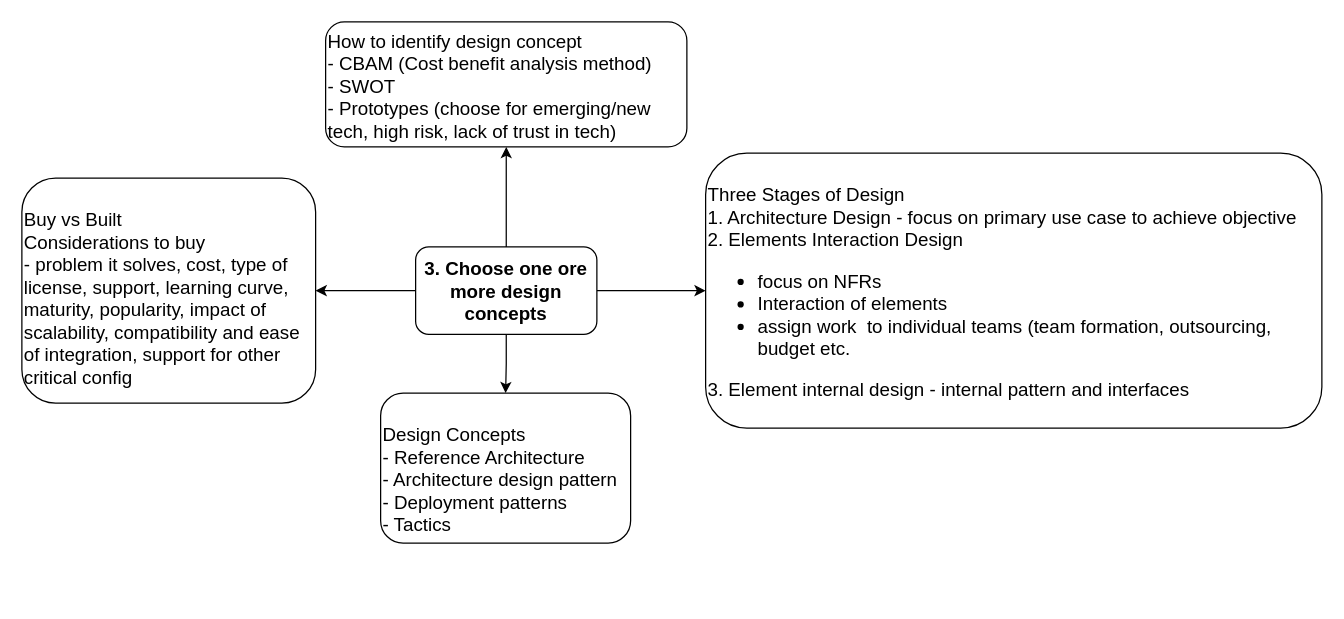
Before: page "3.DesignConcepts" (4 of 6) of SolutionArchitectureProcess.drawio in Gaur4vGaur/probable-octo, a draw.io diagram. Source tidied: cells renumbered, new cells numbered last; positions are measured from the earlier drawing's top-left corner, leaving out a move shared by most shapes. Both pictures are drawn from the tidied source at 125%, with x=0, y=0 at pixel (21, 21).
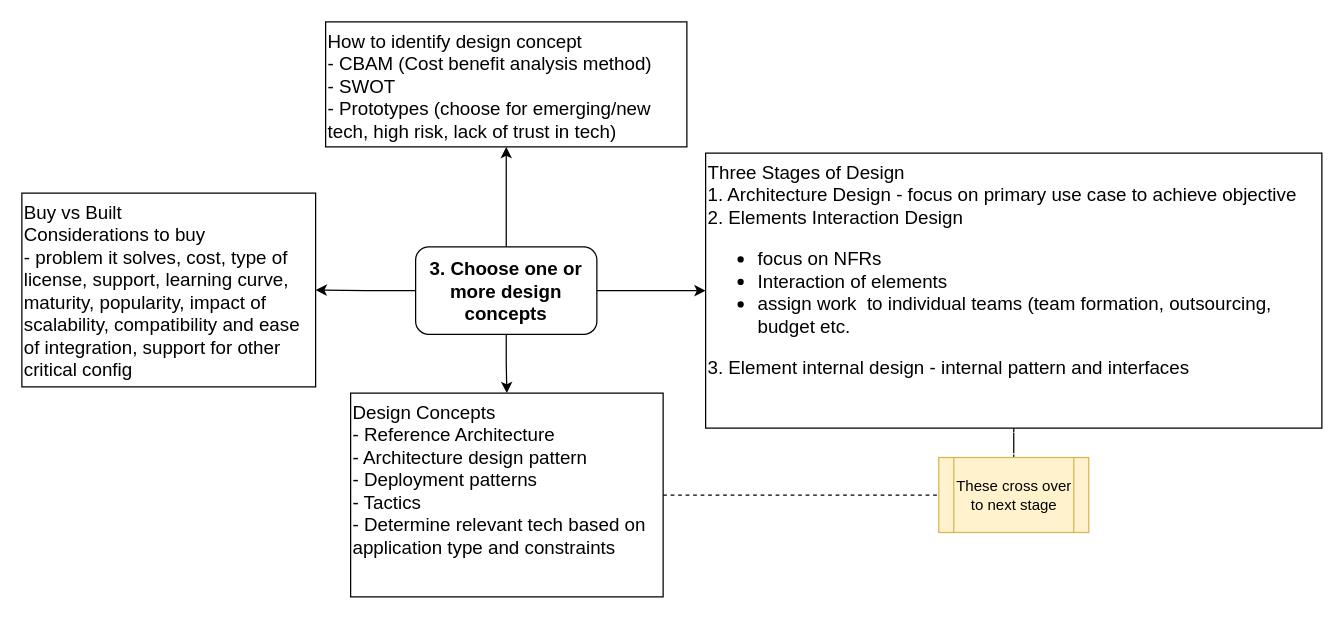
The same page after the edit.

Diff of the diagram source:
```diff
@@
 <mxGraphModel>
   <root>
     <mxCell id="0" />
     <mxCell id="1" parent="0" />
     <mxCell id="2" style="edgeStyle=orthogonalEdgeStyle;rounded=0;jettySize=auto;html=1;fontFamily=Helvetica;fontSize=15;fontColor=default;" parent="1" edge="1" source="6" target="7">
       <mxGeometry relative="1" as="geometry" />
     </mxCell>
     <mxCell id="3" style="edgeStyle=orthogonalEdgeStyle;rounded=0;jettySize=auto;html=1;fontFamily=Helvetica;fontSize=15;fontColor=default;" parent="1" edge="1" source="6" target="8">
       <mxGeometry relative="1" as="geometry" />
     </mxCell>
     <mxCell id="4" style="edgeStyle=orthogonalEdgeStyle;rounded=0;jettySize=auto;html=1;fontFamily=Helvetica;fontSize=15;fontColor=default;" parent="1" edge="1" source="6" target="9">
       <mxGeometry relative="1" as="geometry" />
     </mxCell>
     <mxCell id="5" style="edgeStyle=orthogonalEdgeStyle;rounded=0;jettySize=auto;html=1;entryX=0.5;entryY=0;entryDx=0;entryDy=0;" parent="1" edge="1" source="6" target="10">
       <mxGeometry relative="1" as="geometry" />
     </mxCell>
-    <mxCell id="6" value="3. Choose one ore more design concepts" style="rounded=1;whiteSpace=wrap;html=1;fontSize=15;fontStyle=1;" parent="1" vertex="1">
+    <mxCell id="6" value="3. Choose one or more design concepts" style="rounded=1;whiteSpace=wrap;html=1;fontSize=15;fontStyle=1;" parent="1" vertex="1">
       <mxGeometry x="315" y="180" width="145" height="70" as="geometry" />
     </mxCell>
-    <mxCell id="7" value="&lt;span style=&quot;font-weight: normal;&quot;&gt;&lt;br&gt;Buy vs Built&lt;br&gt;Considerations to buy&lt;br&gt;- problem it solves, cost, type of license, support, learning curve, maturity, popularity, impact of scalability, compatibility and ease of integration, support for other critical config&lt;br&gt;&lt;/span&gt;" style="whiteSpace=wrap;html=1;fontSize=15;rounded=1;fontStyle=1;align=left;verticalAlign=top;" parent="1" vertex="1">
-      <mxGeometry y="125" width="235" height="180" as="geometry" />
+    <mxCell id="7" value="&lt;span style=&quot;font-weight: normal;&quot;&gt;Buy vs Built&lt;br&gt;Considerations to buy&lt;br&gt;- problem it solves, cost, type of license, support, learning curve, maturity, popularity, impact of scalability, compatibility and ease of integration, support for other critical config&lt;br&gt;&lt;/span&gt;" style="whiteSpace=wrap;html=1;fontSize=15;rounded=0;fontStyle=1;align=left;verticalAlign=top;" parent="1" vertex="1">
+      <mxGeometry y="137" width="235" height="155" as="geometry" />
     </mxCell>
-    <mxCell id="8" value="How to identify design concept&lt;br&gt;- CBAM (Cost benefit analysis method)&lt;br&gt;- SWOT&lt;br&gt;- Prototypes (choose for emerging/new tech, high risk, lack of trust in tech)" style="whiteSpace=wrap;html=1;fontSize=15;rounded=1;fontStyle=0;align=left;verticalAlign=top;" parent="1" vertex="1">
+    <mxCell id="8" value="How to identify design concept&lt;br&gt;- CBAM (Cost benefit analysis method)&lt;br&gt;- SWOT&lt;br&gt;- Prototypes (choose for emerging/new tech, high risk, lack of trust in tech)" style="whiteSpace=wrap;html=1;fontSize=15;rounded=0;fontStyle=0;align=left;verticalAlign=top;" parent="1" vertex="1">
       <mxGeometry x="243" width="289" height="100" as="geometry" />
     </mxCell>
+    <mxCell id="11" style="edgeStyle=orthogonalEdgeStyle;rounded=0;jettySize=auto;html=1;entryX=0.5;entryY=0;entryDx=0;entryDy=0;endArrow=none;endFill=0;dashed=1;" parent="1" edge="1" source="9" target="13">
+      <mxGeometry relative="1" as="geometry" />
+    </mxCell>
-    <mxCell id="9" value="&lt;span style=&quot;font-weight: normal;&quot;&gt;&lt;br&gt;Three Stages of Design&lt;br&gt;1. Architecture Design - focus on primary use case to achieve objective&lt;br&gt;2. Elements Interaction Design&lt;br&gt;&lt;ul&gt;&lt;li&gt;&lt;span style=&quot;font-weight: normal;&quot;&gt;focus on NFRs&lt;/span&gt;&lt;/li&gt;&lt;li&gt;&lt;span style=&quot;font-weight: normal;&quot;&gt;Interaction of elements&lt;/span&gt;&lt;/li&gt;&lt;li&gt;&lt;span style=&quot;font-weight: normal;&quot;&gt;assign work&amp;nbsp; to individual teams (team formation, outsourcing, budget etc.&lt;/span&gt;&lt;/li&gt;&lt;/ul&gt;&lt;div&gt;3. Element internal design - internal pattern and interfaces&lt;/div&gt;&lt;/span&gt;" style="whiteSpace=wrap;html=1;fontSize=15;rounded=1;fontStyle=1;align=left;verticalAlign=top;" parent="1" vertex="1">
+    <mxCell id="9" value="&lt;span style=&quot;font-weight: normal;&quot;&gt;Three Stages of Design&lt;br&gt;1. Architecture Design - focus on primary use case to achieve objective&lt;br&gt;2. Elements Interaction Design&lt;br&gt;&lt;ul&gt;&lt;li&gt;&lt;span style=&quot;font-weight: normal;&quot;&gt;focus on NFRs&lt;/span&gt;&lt;/li&gt;&lt;li&gt;&lt;span style=&quot;font-weight: normal;&quot;&gt;Interaction of elements&lt;/span&gt;&lt;/li&gt;&lt;li&gt;&lt;span style=&quot;font-weight: normal;&quot;&gt;assign work&amp;nbsp; to individual teams (team formation, outsourcing, budget etc.&lt;/span&gt;&lt;/li&gt;&lt;/ul&gt;&lt;div&gt;3. Element internal design - internal pattern and interfaces&lt;/div&gt;&lt;/span&gt;" style="whiteSpace=wrap;html=1;fontSize=15;rounded=0;fontStyle=1;align=left;verticalAlign=top;" parent="1" vertex="1">
       <mxGeometry x="547" y="105" width="493" height="220" as="geometry" />
     </mxCell>
+    <mxCell id="12" style="edgeStyle=orthogonalEdgeStyle;rounded=0;jettySize=auto;html=1;entryX=0;entryY=0.5;entryDx=0;entryDy=0;exitX=1;exitY=0.5;exitDx=0;exitDy=0;endArrow=none;endFill=0;dashed=1;" parent="1" edge="1" source="10" target="13">
+      <mxGeometry relative="1" as="geometry" />
+    </mxCell>
-    <mxCell id="10" value="&lt;span style=&quot;font-weight: normal;&quot;&gt;&lt;br&gt;Design Concepts&lt;br&gt;- Reference Architecture&lt;br&gt;- Architecture design pattern&lt;br&gt;- Deployment patterns&lt;br&gt;- Tactics&lt;br&gt;&lt;/span&gt;" style="whiteSpace=wrap;html=1;fontSize=15;rounded=1;fontStyle=1;align=left;verticalAlign=top;" parent="1" vertex="1">
-      <mxGeometry x="287" y="297" width="200" height="120" as="geometry" />
+    <mxCell id="10" value="&lt;span style=&quot;font-weight: normal;&quot;&gt;Design Concepts&lt;br&gt;- Reference Architecture&lt;br&gt;- Architecture design pattern&lt;br&gt;- Deployment patterns&lt;br&gt;- Tactics&lt;br&gt;- Determine relevant tech based on application type and constraints&lt;br&gt;&lt;/span&gt;" style="whiteSpace=wrap;html=1;fontSize=15;rounded=0;fontStyle=1;align=left;verticalAlign=top;" parent="1" vertex="1">
+      <mxGeometry x="263" y="297" width="250" height="163" as="geometry" />
     </mxCell>
+    <mxCell id="13" value="These cross over to next stage" style="shape=process;whiteSpace=wrap;html=1;backgroundOutline=1;fillColor=#fff2cc;strokeColor=#d6b656;" parent="1" vertex="1">
+      <mxGeometry x="733.5" y="348.5" width="120" height="60" as="geometry" />
+    </mxCell>
   </root>
 </mxGraphModel>
```
